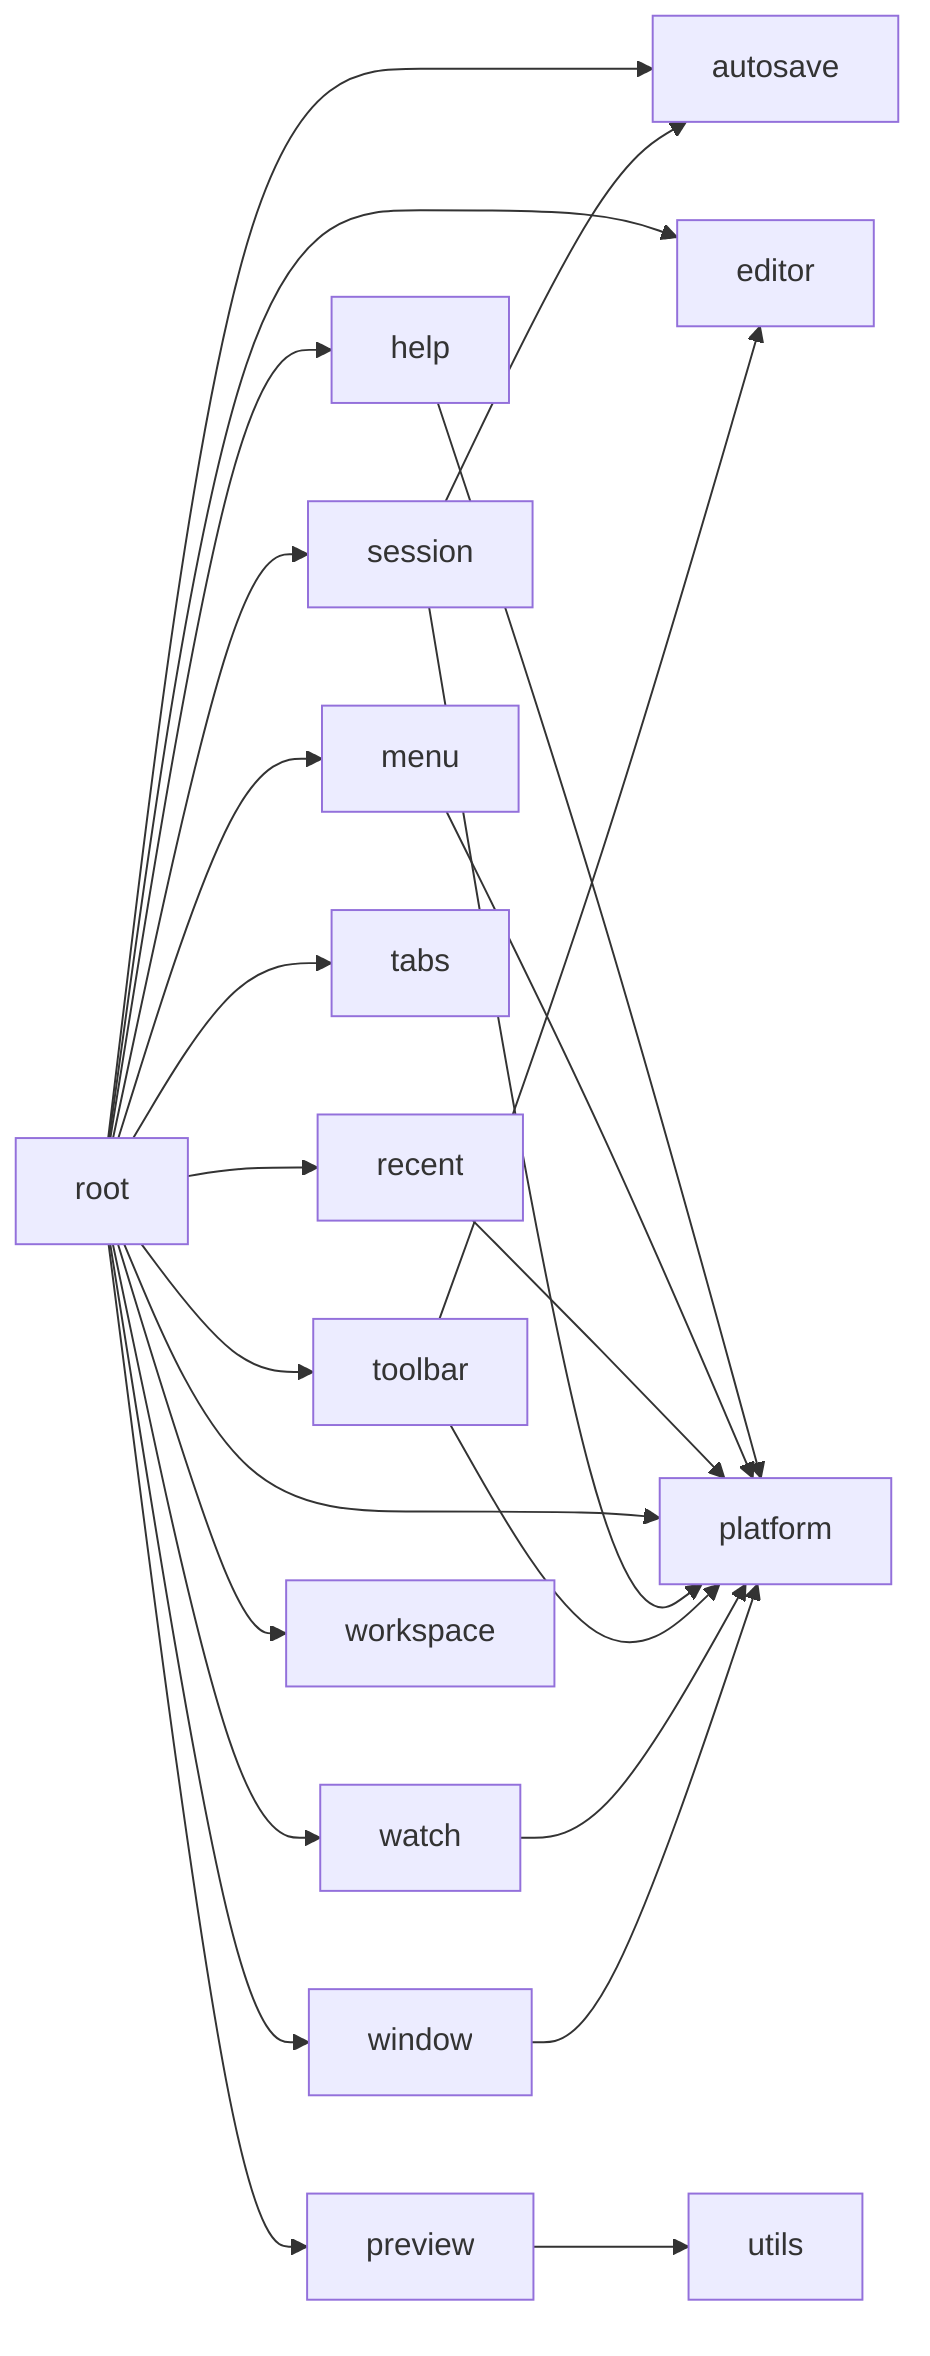
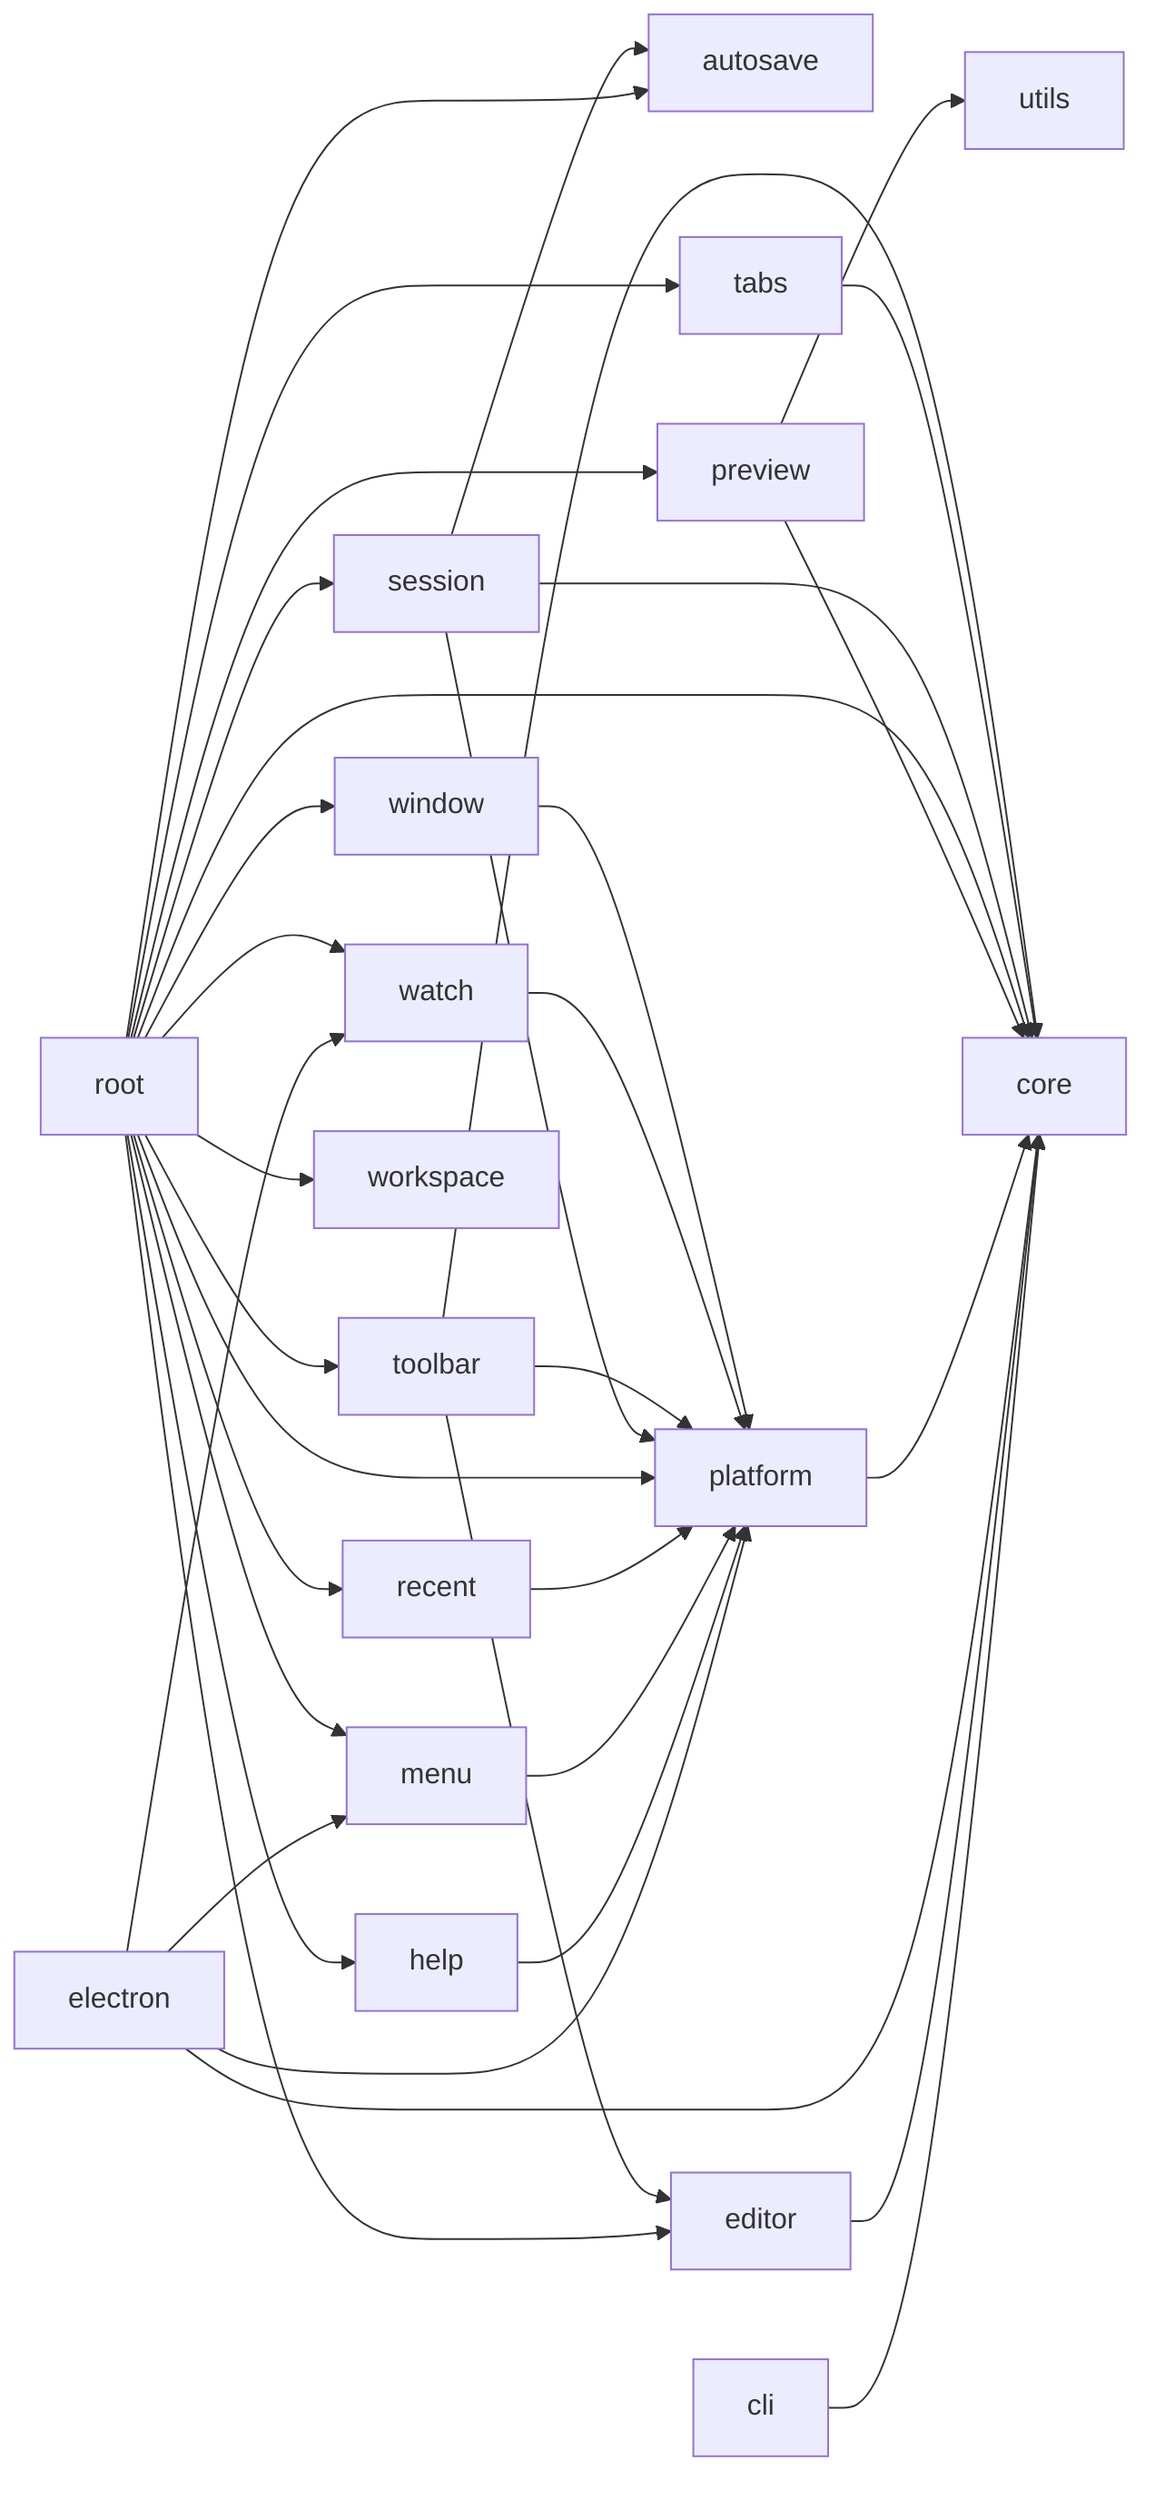
graph LR
  autosave["autosave"]
+   cli["cli"]
+   core["core"]
  editor["editor"]
+   electron["electron"]
  help["help"]
  menu["menu"]
  platform["platform"]
  preview["preview"]
  recent["recent"]
  root["root"]
  session["session"]
  tabs["tabs"]
  toolbar["toolbar"]
  utils["utils"]
  watch["watch"]
  window["window"]
  workspace["workspace"]
+   cli --> core
+   editor --> core
+   electron --> core
+   electron --> menu
+   electron --> platform
+   electron --> watch
  help --> platform
  menu --> platform
+   platform --> core
+   preview --> core
  preview --> utils
  recent --> platform
  root --> autosave
+   root --> core
  root --> editor
  root --> help
  root --> menu
  root --> platform
  root --> preview
  root --> recent
  root --> session
  root --> tabs
  root --> toolbar
  root --> watch
  root --> window
  root --> workspace
  session --> autosave
+   session --> core
  session --> platform
+   tabs --> core
+   toolbar --> core
  toolbar --> editor
  toolbar --> platform
  watch --> platform
  window --> platform
